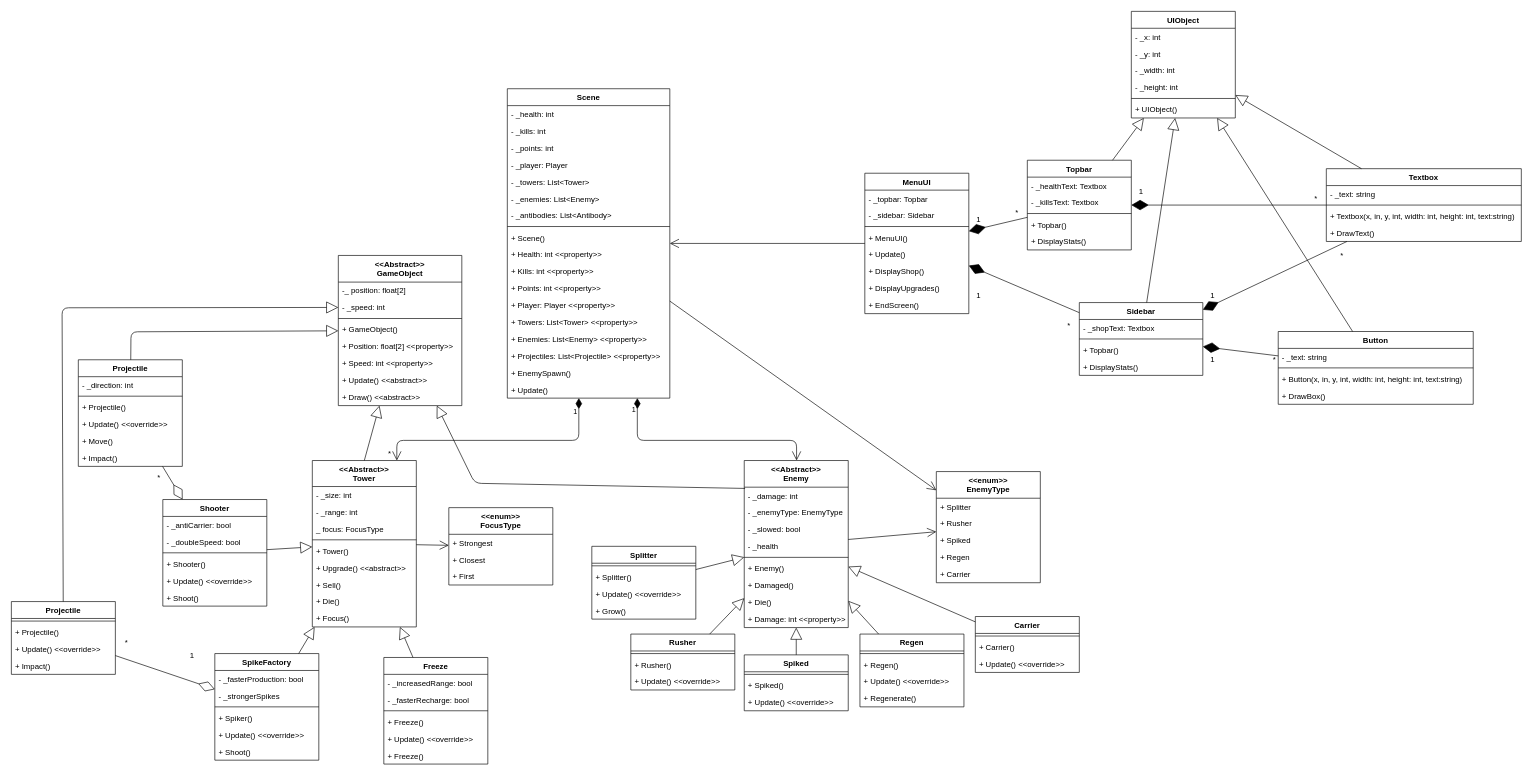
This is UML_DT2.drawio from Zircon332/DTyr1sem2, a draw.io file, before an edit. Source tidied: cells renumbered, new cells numbered last; positions are measured from the earlier drawing's top-left corner, leaving out a move shared by most shapes. Both pictures are drawn from the tidied source at 65%, with x=0, y=0 at pixel (11, 11).
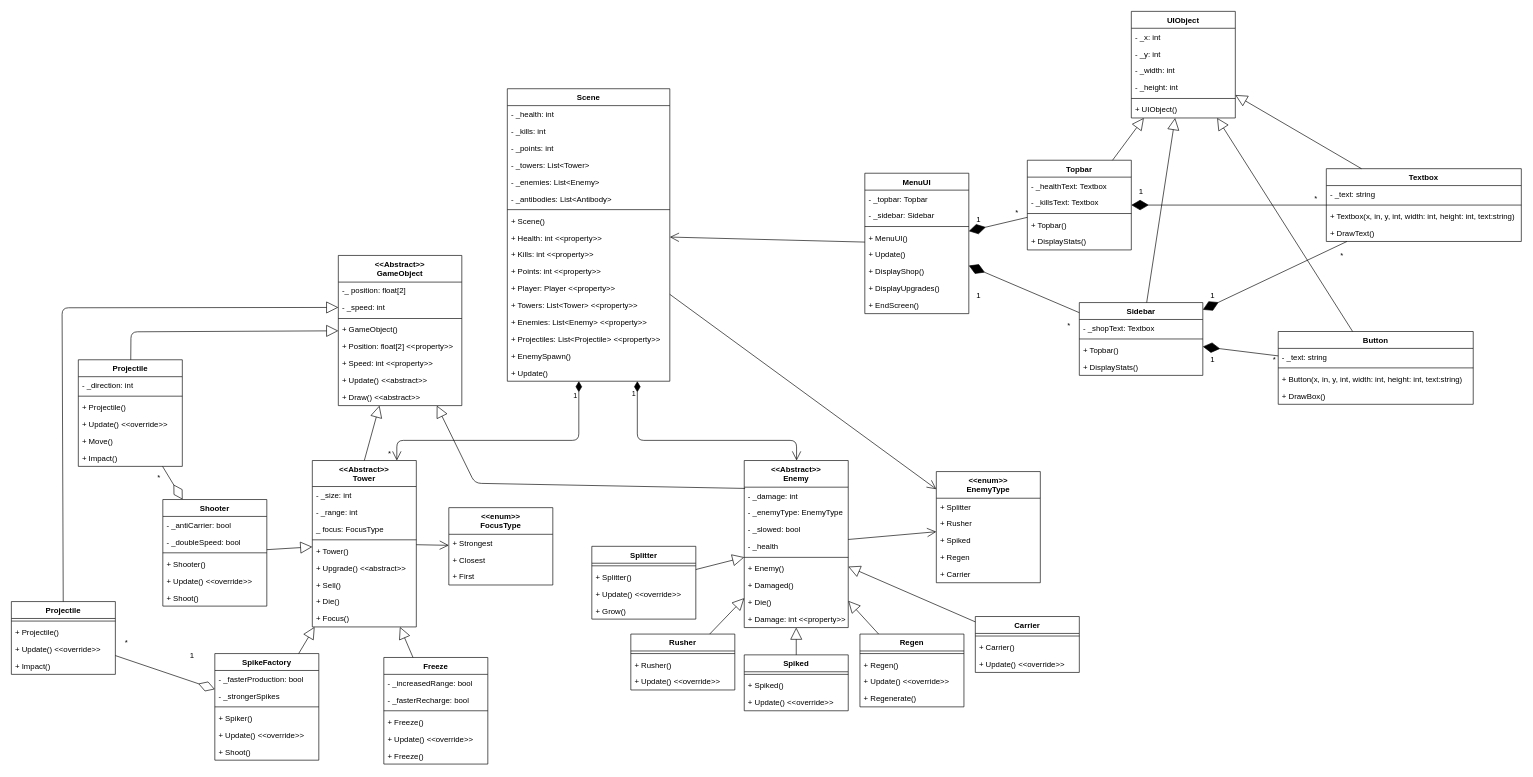
The same diagram, later.

Change to the diagram source:
```diff
@@
     <mxCell id="2" value="Scene" style="swimlane;fontStyle=1;align=center;verticalAlign=top;horizontal=1;startSize=26;" parent="1" vertex="1">
-      <mxGeometry x="763" y="119" width="250" height="476" as="geometry" />
+      <mxGeometry x="763" y="119" width="250" height="450" as="geometry" />
     </mxCell>
@@
-    <mxCell id="6" value="- _player: Player" style="text;strokeColor=none;fillColor=none;align=left;verticalAlign=top;spacingLeft=4;spacingRight=4;overflow=hidden;" parent="2" vertex="1">
-      <mxGeometry y="104" width="250" height="26" as="geometry" />
-    </mxCell>
     <mxCell id="7" value="- _towers: List&lt;Tower&gt;" style="text;strokeColor=none;fillColor=none;align=left;verticalAlign=top;spacingLeft=4;spacingRight=4;overflow=hidden;" parent="2" vertex="1">
-      <mxGeometry y="130" width="250" height="26" as="geometry" />
+      <mxGeometry y="104" width="250" height="26" as="geometry" />
     </mxCell>
     <mxCell id="8" value="- _enemies: List&lt;Enemy&gt;" style="text;strokeColor=none;fillColor=none;align=left;verticalAlign=top;spacingLeft=4;spacingRight=4;overflow=hidden;" parent="2" vertex="1">
-      <mxGeometry y="156" width="250" height="26" as="geometry" />
+      <mxGeometry y="130" width="250" height="26" as="geometry" />
     </mxCell>
     <mxCell id="9" value="- _antibodies: List&lt;Antibody&gt;" style="text;strokeColor=none;fillColor=none;align=left;verticalAlign=top;spacingLeft=4;spacingRight=4;overflow=hidden;" parent="2" vertex="1">
-      <mxGeometry y="182" width="250" height="26" as="geometry" />
+      <mxGeometry y="156" width="250" height="26" as="geometry" />
     </mxCell>
     <mxCell id="10" style="line;strokeWidth=1;fillColor=none;align=left;verticalAlign=middle;spacingTop=-1;spacingLeft=3;spacingRight=3;labelPosition=right;" parent="2" vertex="1">
-      <mxGeometry y="208" width="250" height="8" as="geometry" />
+      <mxGeometry y="182" width="250" height="8" as="geometry" />
     </mxCell>
     <mxCell id="11" value="+ Scene()" style="text;strokeColor=none;fillColor=none;align=left;verticalAlign=top;spacingLeft=4;spacingRight=4;overflow=hidden;" parent="2" vertex="1">
-      <mxGeometry y="216" width="250" height="26" as="geometry" />
+      <mxGeometry y="190" width="250" height="26" as="geometry" />
     </mxCell>
     <mxCell id="12" value="+ Health: int &lt;&lt;property&gt;&gt;" style="text;strokeColor=none;fillColor=none;align=left;verticalAlign=top;spacingLeft=4;spacingRight=4;overflow=hidden;" parent="2" vertex="1">
-      <mxGeometry y="242" width="250" height="26" as="geometry" />
+      <mxGeometry y="216" width="250" height="26" as="geometry" />
     </mxCell>
     <mxCell id="13" value="+ Kills: int &lt;&lt;property&gt;&gt;" style="text;strokeColor=none;fillColor=none;align=left;verticalAlign=top;spacingLeft=4;spacingRight=4;overflow=hidden;" parent="2" vertex="1">
-      <mxGeometry y="268" width="250" height="26" as="geometry" />
+      <mxGeometry y="242" width="250" height="26" as="geometry" />
     </mxCell>
     <mxCell id="14" value="+ Points: int &lt;&lt;property&gt;&gt;" style="text;strokeColor=none;fillColor=none;align=left;verticalAlign=top;spacingLeft=4;spacingRight=4;overflow=hidden;" parent="2" vertex="1">
-      <mxGeometry y="294" width="250" height="26" as="geometry" />
+      <mxGeometry y="268" width="250" height="26" as="geometry" />
     </mxCell>
     <mxCell id="15" value="+ Player: Player &lt;&lt;property&gt;&gt;" style="text;strokeColor=none;fillColor=none;align=left;verticalAlign=top;spacingLeft=4;spacingRight=4;overflow=hidden;" parent="2" vertex="1">
-      <mxGeometry y="320" width="250" height="26" as="geometry" />
+      <mxGeometry y="294" width="250" height="26" as="geometry" />
     </mxCell>
     <mxCell id="16" value="+ Towers: List&lt;Tower&gt; &lt;&lt;property&gt;&gt;" style="text;strokeColor=none;fillColor=none;align=left;verticalAlign=top;spacingLeft=4;spacingRight=4;overflow=hidden;" parent="2" vertex="1">
-      <mxGeometry y="346" width="250" height="26" as="geometry" />
+      <mxGeometry y="320" width="250" height="26" as="geometry" />
     </mxCell>
     <mxCell id="17" value="+ Enemies: List&lt;Enemy&gt; &lt;&lt;property&gt;&gt;" style="text;strokeColor=none;fillColor=none;align=left;verticalAlign=top;spacingLeft=4;spacingRight=4;overflow=hidden;" parent="2" vertex="1">
-      <mxGeometry y="372" width="250" height="26" as="geometry" />
+      <mxGeometry y="346" width="250" height="26" as="geometry" />
     </mxCell>
     <mxCell id="18" value="+ Projectiles: List&lt;Projectile&gt; &lt;&lt;property&gt;&gt;" style="text;strokeColor=none;fillColor=none;align=left;verticalAlign=top;spacingLeft=4;spacingRight=4;overflow=hidden;" parent="2" vertex="1">
-      <mxGeometry y="398" width="250" height="26" as="geometry" />
+      <mxGeometry y="372" width="250" height="26" as="geometry" />
     </mxCell>
     <mxCell id="19" value="+ EnemySpawn()" style="text;strokeColor=none;fillColor=none;align=left;verticalAlign=top;spacingLeft=4;spacingRight=4;overflow=hidden;" parent="2" vertex="1">
-      <mxGeometry y="424" width="250" height="26" as="geometry" />
+      <mxGeometry y="398" width="250" height="26" as="geometry" />
     </mxCell>
     <mxCell id="20" value="+ Update()" style="text;strokeColor=none;fillColor=none;align=left;verticalAlign=top;spacingLeft=4;spacingRight=4;overflow=hidden;" parent="2" vertex="1">
-      <mxGeometry y="450" width="250" height="26" as="geometry" />
+      <mxGeometry y="424" width="250" height="26" as="geometry" />
     </mxCell>
```
